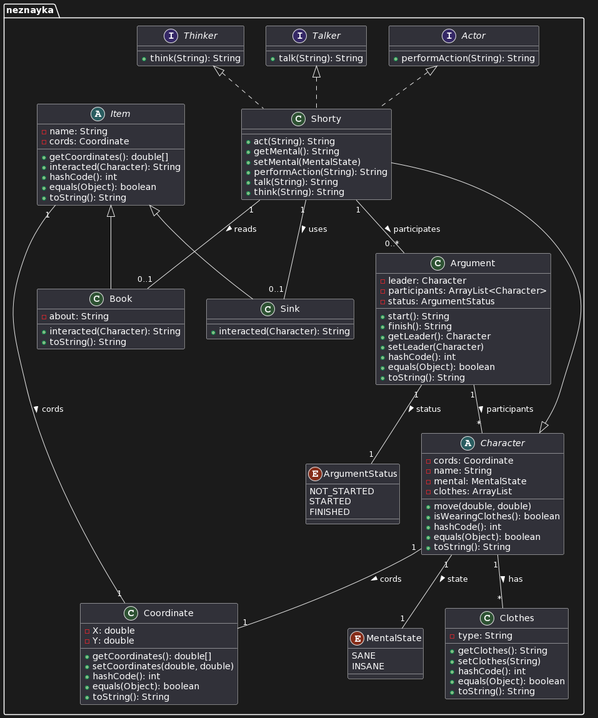
The PlantUML diagram 1st_semester/programming/lab2/uml.png in EskimoCold/itmo, before a commit.
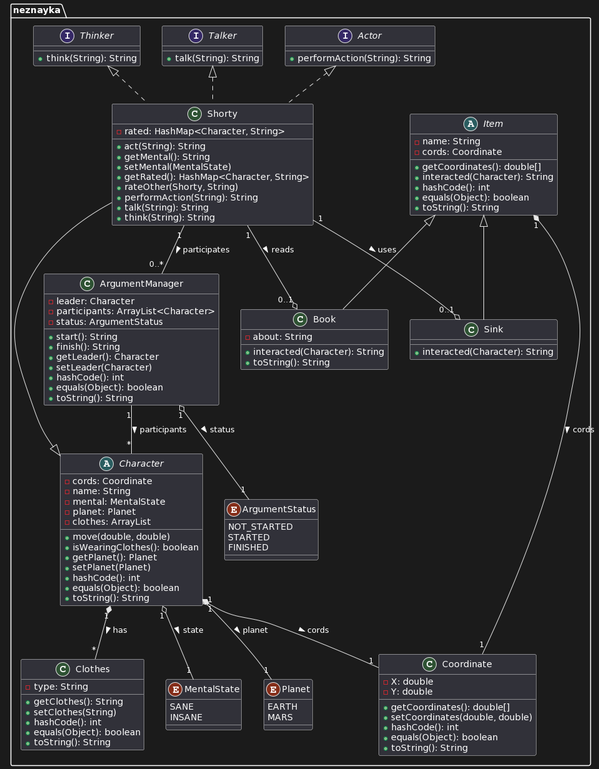
The same file after the commit.

The edit, as a diff of the source:
```diff
@@ -24,7 +24,12 @@
         INSANE
     }
 
-    class Argument {
+    enum Planet {
+        EARTH
+        MARS
+    }
+
+    class ArgumentManager {
         - leader: Character
         - participants: ArrayList<Character>
         - status: ArgumentStatus
@@ -41,9 +46,12 @@
         - cords: Coordinate
         - name: String
         - mental: MentalState
+        - planet: Planet
         - clothes: ArrayList
         + move(double, double)
         + isWearingClothes(): boolean
+        + getPlanet(): Planet
+        + setPlanet(Planet)
         + hashCode(): int
         + equals(Object): boolean
         + toString(): String
@@ -79,9 +87,12 @@
     }
 
     class Shorty extends Character implements Thinker, Talker, Actor {
+        - rated: HashMap<Character, String>
         + act(String): String
         + getMental(): String
         + setMental(MentalState)
+        + getRated(): HashMap<Character, String>
+        + rateOther(Shorty, String)
         + performAction(String): String
         + talk(String): String
         + think(String): String
@@ -100,13 +111,16 @@
 
 
 
-    Character "1" -- "*" Clothes : has >
-    Character "1" -- "1" MentalState : state >
-Character "1" -- "1" Coordinate: cords >
-    Argument "1" -- "*" Character : participants >
-Argument "1" -- "1" ArgumentStatus: status >
-Item"1" -- "1" Coordinate: cords >
-    Shorty "1" -- "0..*" Argument : participates >
-    Shorty "1" -- "0..1" Sink : uses >
-    Shorty "1" -- "0..1" Book : reads >
+Character "1" *-- "*" Clothes : has >
+Character "1" o-- "1" MentalState : state >
+Character "1" o-- "1" Planet : planet >
+Character "1" *-- "1" Coordinate: cords >
+
+ArgumentManager"1" -- "*" Character : participants >
+ArgumentManager"1" o-- "1" ArgumentStatus: status >
+Item"1" *-- "1" Coordinate: cords >
+
+Shorty "1" -- "0..*" ArgumentManager: participates >
+Shorty "1" --o "0..1" Sink : uses >
+Shorty "1" --o "0..1" Book : reads >
 @enduml
```
